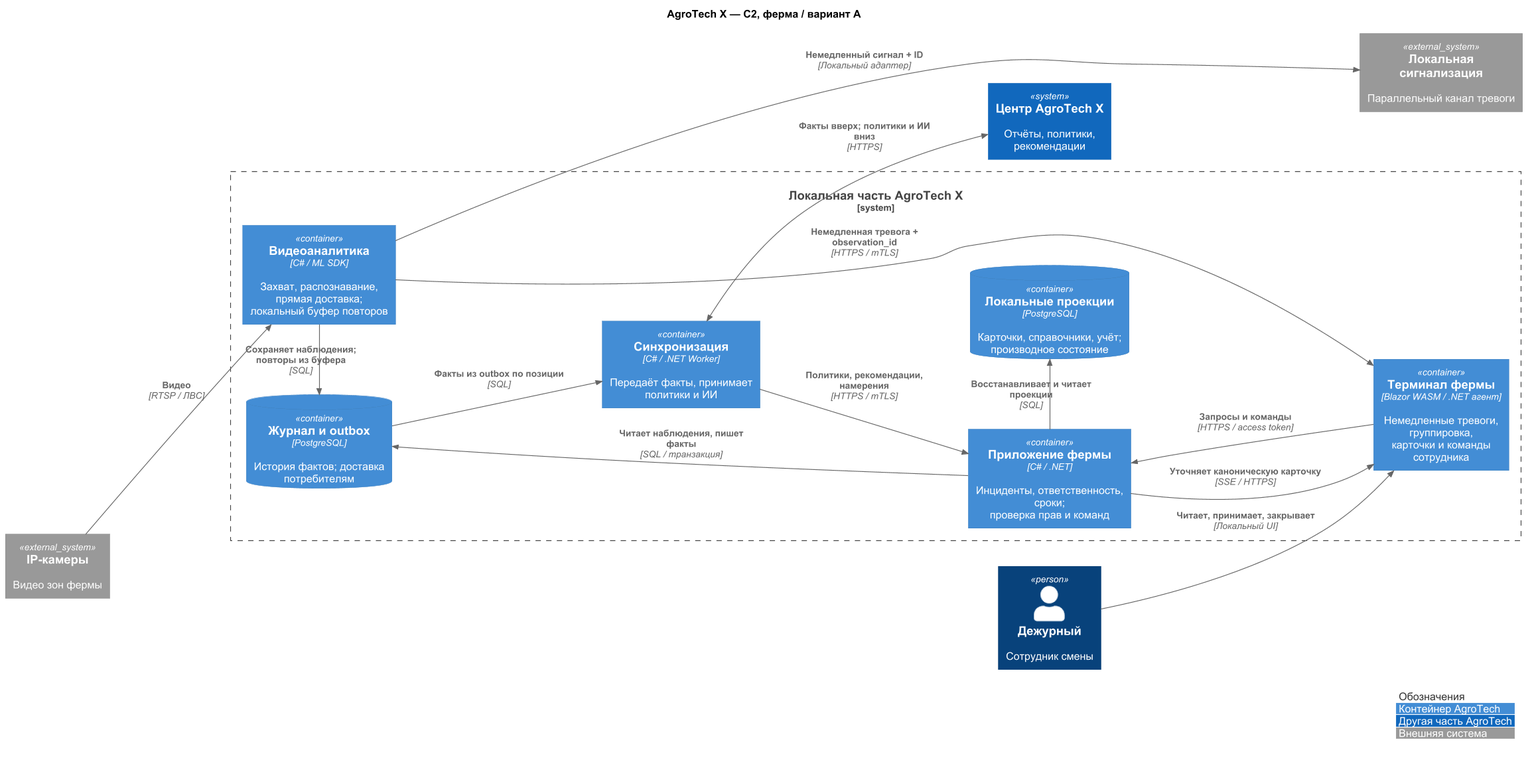
rozhkovsvyat/MSA-AgroTech keeps this PlantUML diagram as Task2/diagrams/c2-a-alternative.png. Above is the earlier version.
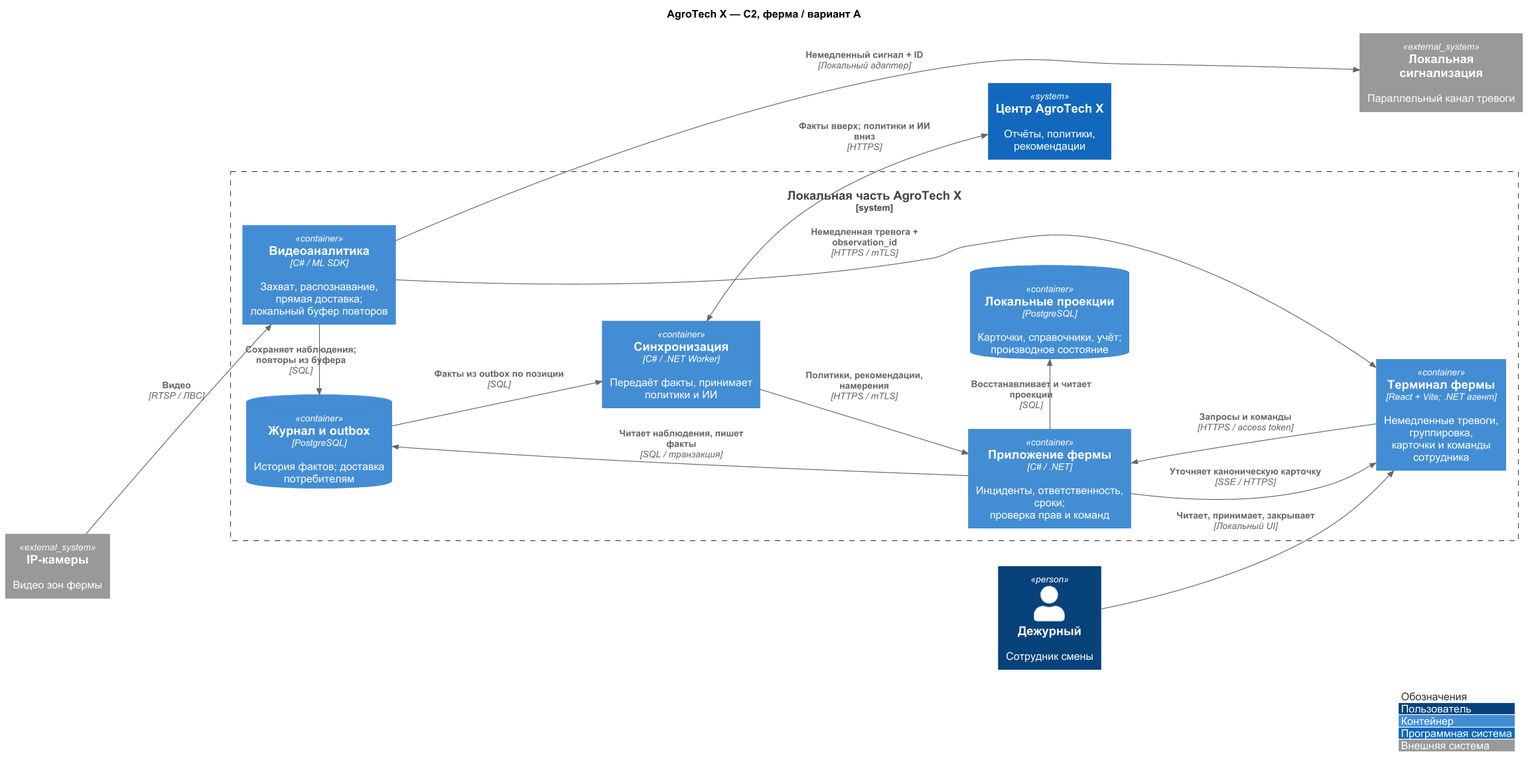
Later version of the same file.

Change to the diagram source:
```diff
@@ -15,7 +15,7 @@
 System(center, "Центр AgroTech X", "Отчёты, политики, рекомендации")
 System_Boundary(farm, "Локальная часть AgroTech X") {
   Container(video, "Видеоаналитика", "C# / ML SDK", "Захват, распознавание, прямая доставка;\nлокальный буфер повторов")
-  Container(ui, "Терминал фермы", "Blazor WASM / .NET агент", "Немедленные тревоги, группировка,\nкарточки и команды сотрудника")
+  Container(ui, "Терминал фермы", "React + Vite; .NET агент", "Немедленные тревоги, группировка,\nкарточки и команды сотрудника")
   Container(app, "Приложение фермы", "C# / .NET", "Инциденты, ответственность, сроки;\nпроверка прав и команд")
   ContainerDb(bus, "Журнал и outbox", "PostgreSQL", "История фактов; доставка потребителям")
   ContainerDb(read, "Локальные проекции", "PostgreSQL", "Карточки, справочники, учёт;\nпроизводное состояние")
@@ -39,8 +39,9 @@
 
 legend right
 |<#FFFFFF><color:#333333> Обозначения |
-|<#438DD5><color:white> Контейнер AgroTech |
-|<#1168BD><color:white> Другая часть AgroTech |
+|<#08427B><color:white> Пользователь |
+|<#438DD5><color:white> Контейнер |
+|<#1168BD><color:white> Программная система |
 |<#999999><color:white> Внешняя система |
 endlegend
 @enduml
```
